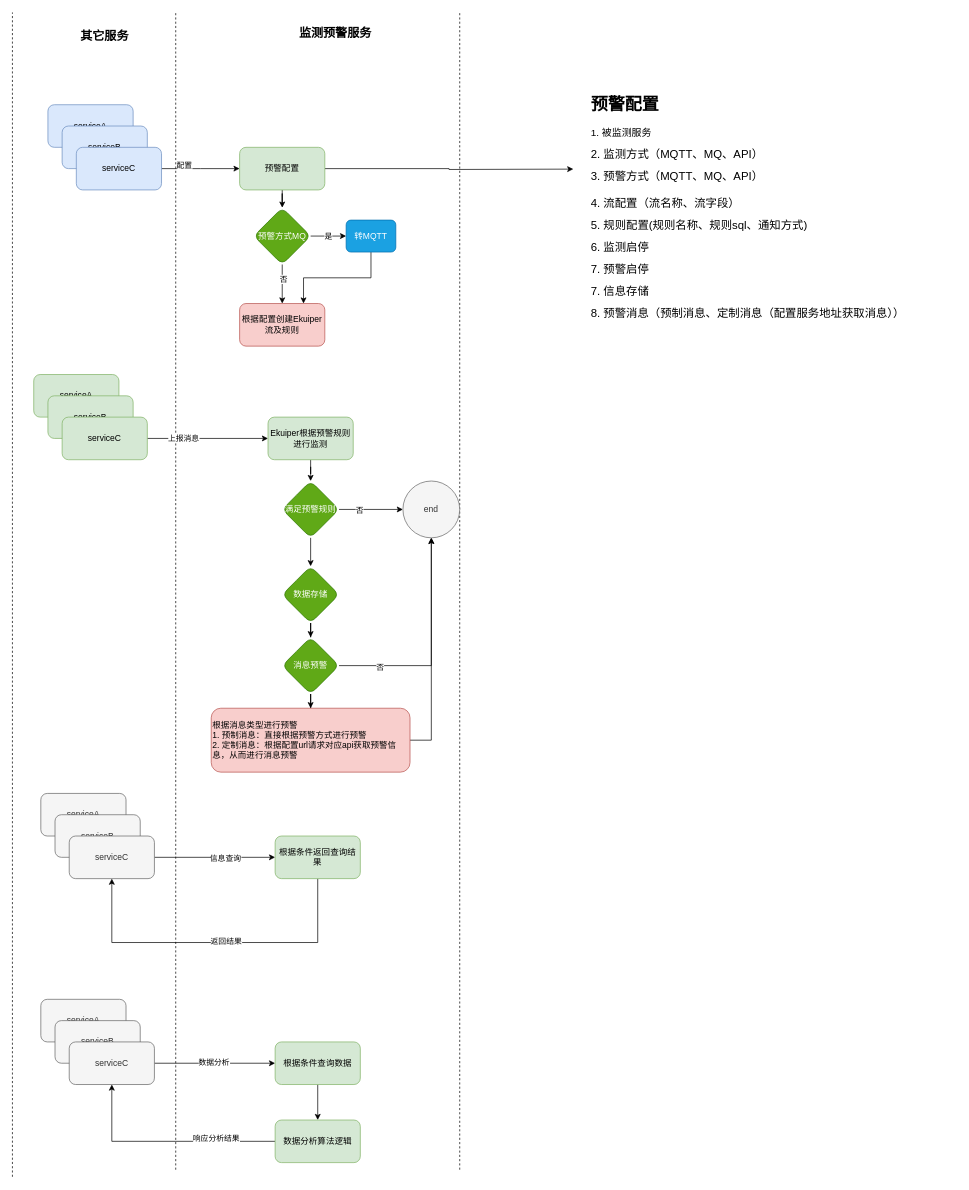
Earlier version of the draw.io diagram 监测预警.drawio (xiaofengczy/auth-service). Source tidied: cells renumbered, new cells numbered last; positions are measured from the earlier drawing's top-left corner, leaving out a move shared by most shapes. Both pictures are drawn from the tidied source at 71%, with x=0, y=0 at pixel (12, 12).
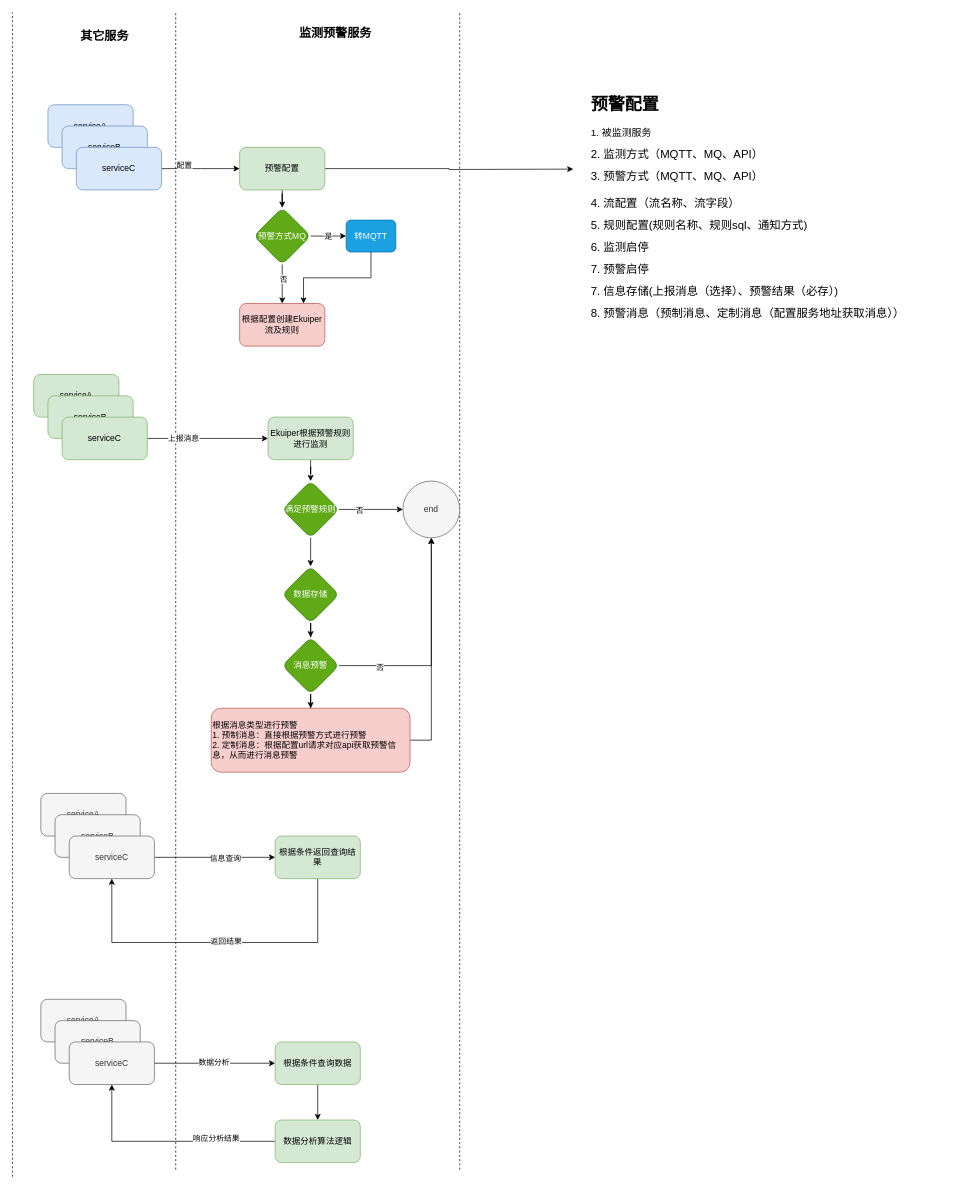
After the change.

Commit message:
更新监测预警.drawio

What changed in the source:
```diff
@@
-    <mxCell id="17" value="&lt;h1&gt;预警配置&lt;/h1&gt;&lt;p&gt;&lt;font style=&quot;font-size: 14px;&quot;&gt;1&lt;font style=&quot;&quot;&gt;.&amp;nbsp;被监测服务&lt;/font&gt;&lt;/font&gt;&lt;/p&gt;&lt;p&gt;&lt;font size=&quot;3&quot;&gt;2.&amp;nbsp;监测方式（MQTT、MQ、API）&lt;/font&gt;&lt;/p&gt;&lt;p&gt;&lt;font size=&quot;3&quot;&gt;3.&amp;nbsp;预警方式（MQTT、MQ、API）&lt;br&gt;&lt;span style=&quot;background-color: initial;&quot;&gt;&lt;br&gt;4.&amp;nbsp;流配置（流名称、流字段）&lt;/span&gt;&lt;/font&gt;&lt;/p&gt;&lt;p&gt;&lt;span style=&quot;background-color: initial;&quot;&gt;&lt;font size=&quot;3&quot;&gt;5.&amp;nbsp;规则配置(规则名称、规则sql、通知方式)&lt;br&gt;&lt;/font&gt;&lt;/span&gt;&lt;/p&gt;&lt;p&gt;&lt;span style=&quot;background-color: initial;&quot;&gt;&lt;font size=&quot;3&quot;&gt;6.&amp;nbsp;监测启停&lt;/font&gt;&lt;/span&gt;&lt;/p&gt;&lt;p&gt;&lt;span style=&quot;background-color: initial;&quot;&gt;&lt;font size=&quot;3&quot;&gt;7.&amp;nbsp;预警启停&lt;/font&gt;&lt;/span&gt;&lt;/p&gt;&lt;p&gt;&lt;span style=&quot;background-color: initial;&quot;&gt;&lt;font size=&quot;3&quot;&gt;7.&amp;nbsp;信息存储&lt;/font&gt;&lt;/span&gt;&lt;/p&gt;&lt;p&gt;&lt;span style=&quot;background-color: initial;&quot;&gt;&lt;font size=&quot;3&quot;&gt;8.&amp;nbsp;预警消息（预制消息、定制消息（配置服务地址获取消息））&lt;/font&gt;&lt;/span&gt;&lt;/p&gt;" style="text;html=1;strokeColor=none;fillColor=none;spacing=5;spacingTop=-20;whiteSpace=wrap;overflow=hidden;rounded=0;" parent="1" vertex="1">
+    <mxCell id="17" value="&lt;h1&gt;预警配置&lt;/h1&gt;&lt;p&gt;&lt;font style=&quot;font-size: 14px;&quot;&gt;1&lt;font style=&quot;&quot;&gt;.&amp;nbsp;被监测服务&lt;/font&gt;&lt;/font&gt;&lt;/p&gt;&lt;p&gt;&lt;font size=&quot;3&quot;&gt;2.&amp;nbsp;监测方式（MQTT、MQ、API）&lt;/font&gt;&lt;/p&gt;&lt;p&gt;&lt;font size=&quot;3&quot;&gt;3.&amp;nbsp;预警方式（MQTT、MQ、API）&lt;br&gt;&lt;span style=&quot;background-color: initial;&quot;&gt;&lt;br&gt;4.&amp;nbsp;流配置（流名称、流字段）&lt;/span&gt;&lt;/font&gt;&lt;/p&gt;&lt;p&gt;&lt;span style=&quot;background-color: initial;&quot;&gt;&lt;font size=&quot;3&quot;&gt;5.&amp;nbsp;规则配置(规则名称、规则sql、通知方式)&lt;br&gt;&lt;/font&gt;&lt;/span&gt;&lt;/p&gt;&lt;p&gt;&lt;span style=&quot;background-color: initial;&quot;&gt;&lt;font size=&quot;3&quot;&gt;6.&amp;nbsp;监测启停&lt;/font&gt;&lt;/span&gt;&lt;/p&gt;&lt;p&gt;&lt;span style=&quot;background-color: initial;&quot;&gt;&lt;font size=&quot;3&quot;&gt;7.&amp;nbsp;预警启停&lt;/font&gt;&lt;/span&gt;&lt;/p&gt;&lt;p&gt;&lt;span style=&quot;background-color: initial;&quot;&gt;&lt;font size=&quot;3&quot;&gt;7.&amp;nbsp;信息存储(上报消息（选择）、预警结果（必存）)&lt;/font&gt;&lt;/span&gt;&lt;/p&gt;&lt;p&gt;&lt;span style=&quot;background-color: initial;&quot;&gt;&lt;font size=&quot;3&quot;&gt;8.&amp;nbsp;预警消息（预制消息、定制消息（配置服务地址获取消息））&lt;/font&gt;&lt;/span&gt;&lt;/p&gt;" style="text;html=1;strokeColor=none;fillColor=none;spacing=5;spacingTop=-20;whiteSpace=wrap;overflow=hidden;rounded=0;" parent="1" vertex="1">
       <mxGeometry x="810" y="110" width="520" height="330" as="geometry" />
     </mxCell>
```
